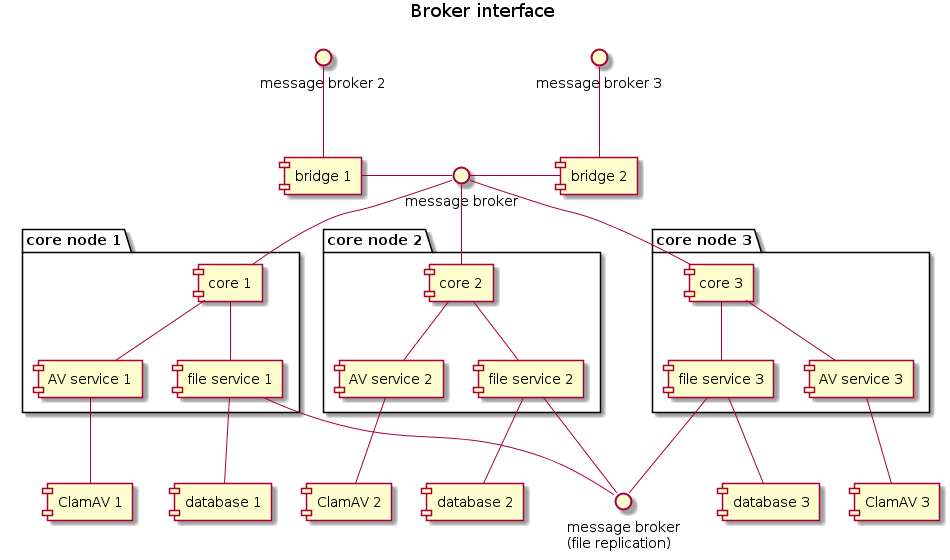
dvoraka/av-service keeps this PlantUML diagram as docs/brokercomponent.png. Above is the earlier version.
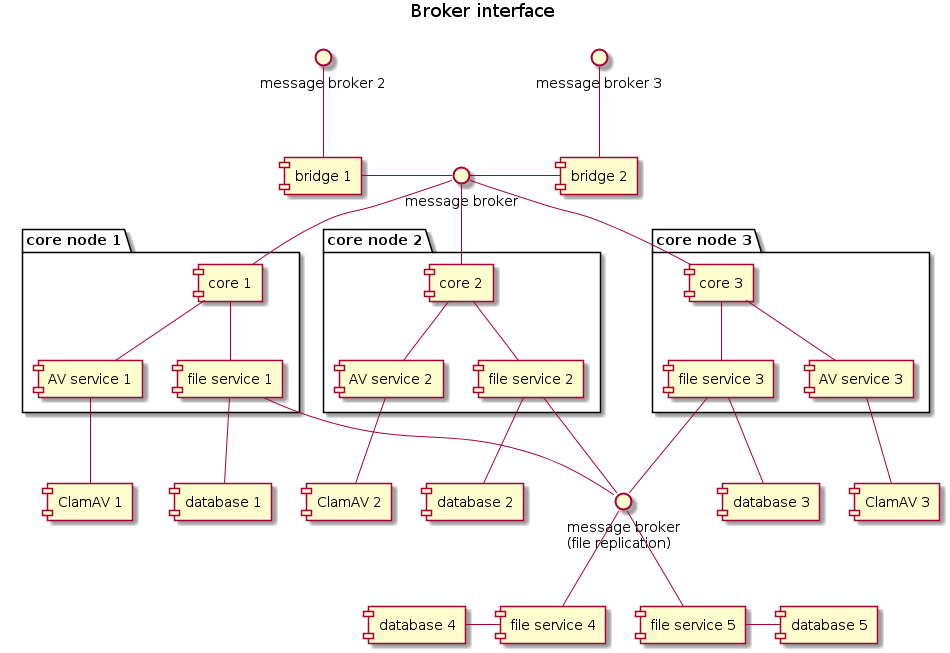
The same diagram one commit later.

Change to the diagram source:
```diff
@@ -55,5 +55,10 @@
 [file service 1] -- broker4
 [file service 2] -- broker4
 [file service 3] -- broker4
+[file service 4] -up- broker4
+[file service 5] -up- broker4
+
+[file service 4] -left- [database 4]
+[file service 5] - [database 5]
 
 @enduml
```
